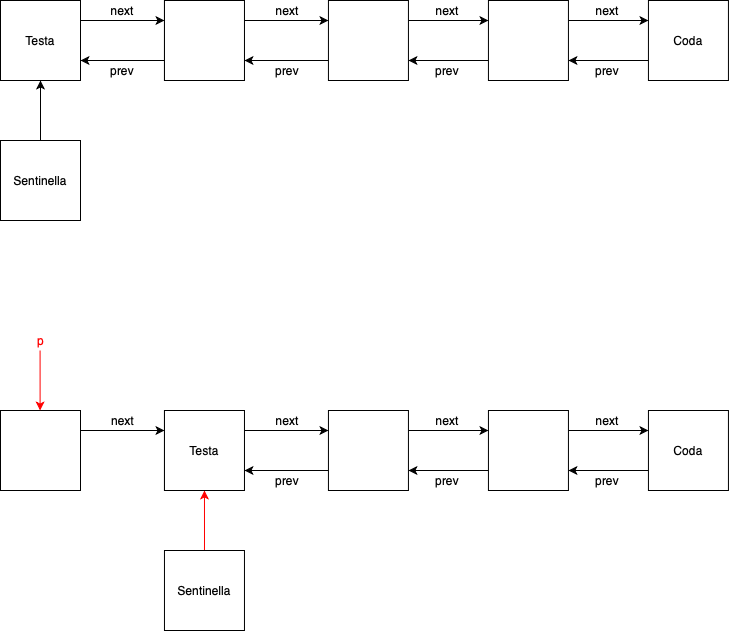
Before: phase1/images/SO-LIFO_Remove.png, a diagram exported from draw.io (Law7iet/PandOS). Source tidied: cells renumbered, new cells last; positions are measured from the earlier drawing's top-left corner, leaving out a move shared by most shapes.
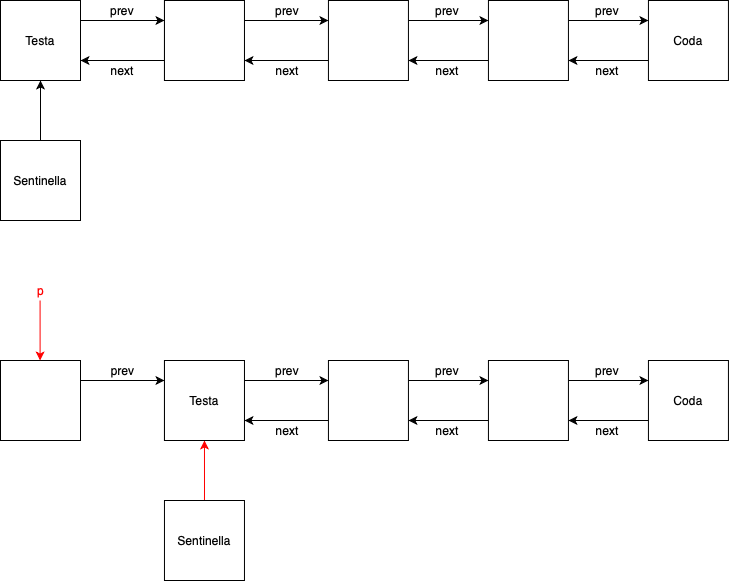
After the change.

The edit, as a diff of the source:
```diff
@@ -8,13 +8,13 @@
     <mxCell id="3" style="edgeStyle=orthogonalEdgeStyle;rounded=0;jettySize=auto;html=1;exitX=0.5;exitY=1;exitDx=0;exitDy=0;endArrow=none;endFill=0;startArrow=classic;startFill=1;entryX=0.5;entryY=0;entryDx=0;entryDy=0;" parent="1" edge="1" source="15" target="13">
       <mxGeometry relative="1" as="geometry">
         <Array as="points">
-          <mxPoint x="40" y="130" />
-          <mxPoint x="40" y="130" />
+          <mxPoint x="37" y="30" />
+          <mxPoint x="37" y="30" />
         </Array>
       </mxGeometry>
     </mxCell>
     <mxCell id="4" value="Coda" style="rounded=0;whiteSpace=wrap;html=1;" parent="1" vertex="1">
-      <mxGeometry x="164" width="80" height="80" as="geometry" />
+      <mxGeometry x="161" y="-100" width="80" height="80" as="geometry" />
     </mxCell>
     <mxCell id="5" style="edgeStyle=orthogonalEdgeStyle;rounded=0;jettySize=auto;html=1;exitX=0;exitY=0.75;exitDx=0;exitDy=0;entryX=1;entryY=0.75;entryDx=0;entryDy=0;" parent="1" edge="1" source="7" target="4">
       <mxGeometry relative="1" as="geometry" />
@@ -23,7 +23,7 @@
       <mxGeometry relative="1" as="geometry" />
     </mxCell>
     <mxCell id="7" style="rounded=0;whiteSpace=wrap;html=1;" parent="1" vertex="1">
-      <mxGeometry x="327.9" width="80" height="80" as="geometry" />
+      <mxGeometry x="324.9" y="-100" width="80" height="80" as="geometry" />
     </mxCell>
     <mxCell id="8" style="edgeStyle=orthogonalEdgeStyle;rounded=0;jettySize=auto;html=1;exitX=0;exitY=0.75;exitDx=0;exitDy=0;entryX=1;entryY=0.75;entryDx=0;entryDy=0;" parent="1" edge="1" source="10" target="7">
       <mxGeometry relative="1" as="geometry" />
@@ -32,67 +32,67 @@
       <mxGeometry relative="1" as="geometry" />
     </mxCell>
     <mxCell id="10" style="rounded=0;whiteSpace=wrap;html=1;" parent="1" vertex="1">
-      <mxGeometry x="487.9" width="80" height="80" as="geometry" />
+      <mxGeometry x="484.9" y="-100" width="80" height="80" as="geometry" />
     </mxCell>
     <mxCell id="11" style="edgeStyle=orthogonalEdgeStyle;rounded=0;jettySize=auto;html=1;exitX=0;exitY=0.75;exitDx=0;exitDy=0;entryX=1;entryY=0.75;entryDx=0;entryDy=0;" parent="1" edge="1" source="12" target="10">
       <mxGeometry relative="1" as="geometry" />
     </mxCell>
     <mxCell id="12" value="Coda" style="rounded=0;whiteSpace=wrap;html=1;" parent="1" vertex="1">
-      <mxGeometry x="647.9" width="80" height="80" as="geometry" />
+      <mxGeometry x="644.9" y="-100" width="80" height="80" as="geometry" />
     </mxCell>
     <mxCell id="13" value="Sentinella" style="rounded=0;whiteSpace=wrap;html=1;" parent="1" vertex="1">
-      <mxGeometry y="140" width="80" height="80" as="geometry" />
+      <mxGeometry x="-3" y="40" width="80" height="80" as="geometry" />
     </mxCell>
     <mxCell id="14" style="edgeStyle=orthogonalEdgeStyle;rounded=0;jettySize=auto;html=1;exitX=1;exitY=0.25;exitDx=0;exitDy=0;entryX=0;entryY=0.25;entryDx=0;entryDy=0;" parent="1" edge="1" source="15" target="16">
       <mxGeometry relative="1" as="geometry" />
     </mxCell>
     <mxCell id="15" value="Testa" style="rounded=0;whiteSpace=wrap;html=1;" parent="1" vertex="1">
-      <mxGeometry width="80" height="80" as="geometry" />
+      <mxGeometry x="-3" y="-100" width="80" height="80" as="geometry" />
     </mxCell>
     <mxCell id="16" style="rounded=0;whiteSpace=wrap;html=1;" parent="1" vertex="1">
-      <mxGeometry x="164" width="80" height="80" as="geometry" />
+      <mxGeometry x="161" y="-100" width="80" height="80" as="geometry" />
     </mxCell>
     <mxCell id="17" style="edgeStyle=orthogonalEdgeStyle;rounded=0;jettySize=auto;html=1;exitX=0;exitY=0.75;exitDx=0;exitDy=0;entryX=1;entryY=0.75;entryDx=0;entryDy=0;" parent="1" edge="1" source="16" target="15">
       <mxGeometry relative="1" as="geometry" />
     </mxCell>
-    <mxCell id="18" value="next" style="text;html=1;strokeColor=none;fillColor=none;align=center;verticalAlign=middle;whiteSpace=wrap;rounded=0;" parent="1" vertex="1">
-      <mxGeometry x="102" width="40" height="20" as="geometry" />
+    <mxCell id="18" value="prev" style="text;html=1;strokeColor=none;fillColor=none;align=center;verticalAlign=middle;whiteSpace=wrap;rounded=0;" parent="1" vertex="1">
+      <mxGeometry x="99" y="-100" width="40" height="20" as="geometry" />
     </mxCell>
-    <mxCell id="19" value="next" style="text;html=1;strokeColor=none;fillColor=none;align=center;verticalAlign=middle;whiteSpace=wrap;rounded=0;" parent="1" vertex="1">
-      <mxGeometry x="267" width="40" height="20" as="geometry" />
+    <mxCell id="19" value="prev" style="text;html=1;strokeColor=none;fillColor=none;align=center;verticalAlign=middle;whiteSpace=wrap;rounded=0;" parent="1" vertex="1">
+      <mxGeometry x="264" y="-100" width="40" height="20" as="geometry" />
     </mxCell>
-    <mxCell id="20" value="next" style="text;html=1;strokeColor=none;fillColor=none;align=center;verticalAlign=middle;whiteSpace=wrap;rounded=0;" parent="1" vertex="1">
-      <mxGeometry x="427" width="40" height="20" as="geometry" />
+    <mxCell id="20" value="prev" style="text;html=1;strokeColor=none;fillColor=none;align=center;verticalAlign=middle;whiteSpace=wrap;rounded=0;" parent="1" vertex="1">
+      <mxGeometry x="424" y="-100" width="40" height="20" as="geometry" />
     </mxCell>
-    <mxCell id="21" value="next" style="text;html=1;strokeColor=none;fillColor=none;align=center;verticalAlign=middle;whiteSpace=wrap;rounded=0;" parent="1" vertex="1">
-      <mxGeometry x="587" width="40" height="20" as="geometry" />
+    <mxCell id="21" value="prev" style="text;html=1;strokeColor=none;fillColor=none;align=center;verticalAlign=middle;whiteSpace=wrap;rounded=0;" parent="1" vertex="1">
+      <mxGeometry x="584" y="-100" width="40" height="20" as="geometry" />
     </mxCell>
-    <mxCell id="22" value="prev" style="text;html=1;strokeColor=none;fillColor=none;align=center;verticalAlign=middle;whiteSpace=wrap;rounded=0;" parent="1" vertex="1">
-      <mxGeometry x="587" y="60" width="40" height="20" as="geometry" />
+    <mxCell id="22" value="next" style="text;html=1;strokeColor=none;fillColor=none;align=center;verticalAlign=middle;whiteSpace=wrap;rounded=0;" parent="1" vertex="1">
+      <mxGeometry x="584" y="-40" width="40" height="20" as="geometry" />
     </mxCell>
-    <mxCell id="23" value="prev" style="text;html=1;strokeColor=none;fillColor=none;align=center;verticalAlign=middle;whiteSpace=wrap;rounded=0;" parent="1" vertex="1">
-      <mxGeometry x="427" y="60" width="40" height="20" as="geometry" />
+    <mxCell id="23" value="next" style="text;html=1;strokeColor=none;fillColor=none;align=center;verticalAlign=middle;whiteSpace=wrap;rounded=0;" parent="1" vertex="1">
+      <mxGeometry x="424" y="-40" width="40" height="20" as="geometry" />
     </mxCell>
-    <mxCell id="24" value="prev" style="text;html=1;strokeColor=none;fillColor=none;align=center;verticalAlign=middle;whiteSpace=wrap;rounded=0;" parent="1" vertex="1">
-      <mxGeometry x="102" y="60" width="40" height="20" as="geometry" />
+    <mxCell id="24" value="next" style="text;html=1;strokeColor=none;fillColor=none;align=center;verticalAlign=middle;whiteSpace=wrap;rounded=0;" parent="1" vertex="1">
+      <mxGeometry x="99" y="-40" width="40" height="20" as="geometry" />
     </mxCell>
-    <mxCell id="25" value="prev" style="text;html=1;strokeColor=none;fillColor=none;align=center;verticalAlign=middle;whiteSpace=wrap;rounded=0;" parent="1" vertex="1">
-      <mxGeometry x="267" y="60" width="40" height="20" as="geometry" />
+    <mxCell id="25" value="next" style="text;html=1;strokeColor=none;fillColor=none;align=center;verticalAlign=middle;whiteSpace=wrap;rounded=0;" parent="1" vertex="1">
+      <mxGeometry x="264" y="-40" width="40" height="20" as="geometry" />
     </mxCell>
     <mxCell id="26" style="edgeStyle=orthogonalEdgeStyle;rounded=0;jettySize=auto;html=1;exitX=1;exitY=0.25;exitDx=0;exitDy=0;entryX=0;entryY=0.25;entryDx=0;entryDy=0;" parent="1" edge="1" source="28" target="31">
       <mxGeometry relative="1" as="geometry" />
     </mxCell>
     <mxCell id="27" style="edgeStyle=orthogonalEdgeStyle;rounded=0;jettySize=auto;html=1;exitX=0.5;exitY=1;exitDx=0;exitDy=0;endArrow=none;endFill=0;startArrow=classic;startFill=1;entryX=0.5;entryY=0;entryDx=0;entryDy=0;strokeColor=#FF0000;" parent="1" edge="1" target="37">
       <mxGeometry relative="1" as="geometry">
-        <mxPoint x="204" y="490" as="sourcePoint" />
+        <mxPoint x="201" y="340" as="sourcePoint" />
         <Array as="points">
-          <mxPoint x="204" y="540" />
-          <mxPoint x="204" y="540" />
+          <mxPoint x="201" y="390" />
+          <mxPoint x="201" y="390" />
         </Array>
       </mxGeometry>
     </mxCell>
     <mxCell id="28" value="Coda" style="rounded=0;whiteSpace=wrap;html=1;" parent="1" vertex="1">
-      <mxGeometry x="164" y="410" width="80" height="80" as="geometry" />
+      <mxGeometry x="161" y="260" width="80" height="80" as="geometry" />
     </mxCell>
     <mxCell id="29" style="edgeStyle=orthogonalEdgeStyle;rounded=0;jettySize=auto;html=1;exitX=0;exitY=0.75;exitDx=0;exitDy=0;entryX=1;entryY=0.75;entryDx=0;entryDy=0;" parent="1" edge="1" source="31" target="28">
       <mxGeometry relative="1" as="geometry" />
@@ -101,7 +101,7 @@
       <mxGeometry relative="1" as="geometry" />
     </mxCell>
     <mxCell id="31" style="rounded=0;whiteSpace=wrap;html=1;" parent="1" vertex="1">
-      <mxGeometry x="327.9" y="410" width="80" height="80" as="geometry" />
+      <mxGeometry x="324.9" y="260" width="80" height="80" as="geometry" />
     </mxCell>
     <mxCell id="32" style="edgeStyle=orthogonalEdgeStyle;rounded=0;jettySize=auto;html=1;exitX=0;exitY=0.75;exitDx=0;exitDy=0;entryX=1;entryY=0.75;entryDx=0;entryDy=0;" parent="1" edge="1" source="34" target="31">
       <mxGeometry relative="1" as="geometry" />
@@ -110,59 +110,59 @@
       <mxGeometry relative="1" as="geometry" />
     </mxCell>
     <mxCell id="34" style="rounded=0;whiteSpace=wrap;html=1;" parent="1" vertex="1">
-      <mxGeometry x="487.9" y="410" width="80" height="80" as="geometry" />
+      <mxGeometry x="484.9" y="260" width="80" height="80" as="geometry" />
     </mxCell>
     <mxCell id="35" style="edgeStyle=orthogonalEdgeStyle;rounded=0;jettySize=auto;html=1;exitX=0;exitY=0.75;exitDx=0;exitDy=0;entryX=1;entryY=0.75;entryDx=0;entryDy=0;" parent="1" edge="1" source="36" target="34">
       <mxGeometry relative="1" as="geometry" />
     </mxCell>
     <mxCell id="36" value="Coda" style="rounded=0;whiteSpace=wrap;html=1;" parent="1" vertex="1">
-      <mxGeometry x="647.9" y="410" width="80" height="80" as="geometry" />
+      <mxGeometry x="644.9" y="260" width="80" height="80" as="geometry" />
     </mxCell>
     <mxCell id="37" value="Sentinella" style="rounded=0;whiteSpace=wrap;html=1;" parent="1" vertex="1">
-      <mxGeometry x="164" y="550" width="80" height="80" as="geometry" />
+      <mxGeometry x="161" y="400" width="80" height="80" as="geometry" />
     </mxCell>
     <mxCell id="38" style="edgeStyle=orthogonalEdgeStyle;rounded=0;jettySize=auto;html=1;exitX=1;exitY=0.25;exitDx=0;exitDy=0;entryX=0;entryY=0.25;entryDx=0;entryDy=0;startArrow=none;startFill=0;endArrow=classic;endFill=1;fontColor=#FF0000;" parent="1" edge="1" source="39" target="40">
       <mxGeometry relative="1" as="geometry" />
     </mxCell>
     <mxCell id="39" style="rounded=0;whiteSpace=wrap;html=1;" parent="1" vertex="1">
-      <mxGeometry y="410" width="80" height="80" as="geometry" />
+      <mxGeometry x="-3" y="260" width="80" height="80" as="geometry" />
     </mxCell>
     <mxCell id="40" value="Testa" style="rounded=0;whiteSpace=wrap;html=1;" parent="1" vertex="1">
-      <mxGeometry x="164" y="410" width="80" height="80" as="geometry" />
+      <mxGeometry x="161" y="260" width="80" height="80" as="geometry" />
     </mxCell>
-    <mxCell id="41" value="next" style="text;html=1;strokeColor=none;fillColor=none;align=center;verticalAlign=middle;whiteSpace=wrap;rounded=0;" parent="1" vertex="1">
-      <mxGeometry x="267" y="410" width="40" height="20" as="geometry" />
+    <mxCell id="41" value="prev" style="text;html=1;strokeColor=none;fillColor=none;align=center;verticalAlign=middle;whiteSpace=wrap;rounded=0;" parent="1" vertex="1">
+      <mxGeometry x="264" y="260" width="40" height="20" as="geometry" />
     </mxCell>
-    <mxCell id="42" value="next" style="text;html=1;strokeColor=none;fillColor=none;align=center;verticalAlign=middle;whiteSpace=wrap;rounded=0;" parent="1" vertex="1">
-      <mxGeometry x="427" y="410" width="40" height="20" as="geometry" />
+    <mxCell id="42" value="prev" style="text;html=1;strokeColor=none;fillColor=none;align=center;verticalAlign=middle;whiteSpace=wrap;rounded=0;" parent="1" vertex="1">
+      <mxGeometry x="424" y="260" width="40" height="20" as="geometry" />
     </mxCell>
-    <mxCell id="43" value="next" style="text;html=1;strokeColor=none;fillColor=none;align=center;verticalAlign=middle;whiteSpace=wrap;rounded=0;" parent="1" vertex="1">
-      <mxGeometry x="587" y="410" width="40" height="20" as="geometry" />
+    <mxCell id="43" value="prev" style="text;html=1;strokeColor=none;fillColor=none;align=center;verticalAlign=middle;whiteSpace=wrap;rounded=0;" parent="1" vertex="1">
+      <mxGeometry x="584" y="260" width="40" height="20" as="geometry" />
     </mxCell>
-    <mxCell id="44" value="prev" style="text;html=1;strokeColor=none;fillColor=none;align=center;verticalAlign=middle;whiteSpace=wrap;rounded=0;" parent="1" vertex="1">
-      <mxGeometry x="587" y="470" width="40" height="20" as="geometry" />
+    <mxCell id="44" value="next" style="text;html=1;strokeColor=none;fillColor=none;align=center;verticalAlign=middle;whiteSpace=wrap;rounded=0;" parent="1" vertex="1">
+      <mxGeometry x="584" y="320" width="40" height="20" as="geometry" />
     </mxCell>
-    <mxCell id="45" value="prev" style="text;html=1;strokeColor=none;fillColor=none;align=center;verticalAlign=middle;whiteSpace=wrap;rounded=0;" parent="1" vertex="1">
-      <mxGeometry x="427" y="470" width="40" height="20" as="geometry" />
+    <mxCell id="45" value="next" style="text;html=1;strokeColor=none;fillColor=none;align=center;verticalAlign=middle;whiteSpace=wrap;rounded=0;" parent="1" vertex="1">
+      <mxGeometry x="424" y="320" width="40" height="20" as="geometry" />
     </mxCell>
-    <mxCell id="46" value="prev" style="text;html=1;strokeColor=none;fillColor=none;align=center;verticalAlign=middle;whiteSpace=wrap;rounded=0;" parent="1" vertex="1">
-      <mxGeometry x="267" y="470" width="40" height="20" as="geometry" />
+    <mxCell id="46" value="next" style="text;html=1;strokeColor=none;fillColor=none;align=center;verticalAlign=middle;whiteSpace=wrap;rounded=0;" parent="1" vertex="1">
+      <mxGeometry x="264" y="320" width="40" height="20" as="geometry" />
     </mxCell>
     <mxCell id="47" style="edgeStyle=orthogonalEdgeStyle;rounded=0;orthogonalLoop=1;jettySize=auto;html=1;exitX=0.5;exitY=1;exitDx=0;exitDy=0;endArrow=classic;endFill=1;startArrow=none;startFill=0;entryX=0.5;entryY=0;entryDx=0;entryDy=0;strokeColor=#FF0000;" parent="1" edge="1">
       <mxGeometry relative="1" as="geometry">
-        <mxPoint x="39.6" y="350" as="sourcePoint" />
-        <mxPoint x="39.6" y="410" as="targetPoint" />
+        <mxPoint x="36.6" y="200" as="sourcePoint" />
+        <mxPoint x="36.6" y="260" as="targetPoint" />
         <Array as="points">
-          <mxPoint x="39.6" y="400" />
-          <mxPoint x="39.6" y="400" />
+          <mxPoint x="36.6" y="250" />
+          <mxPoint x="36.6" y="250" />
         </Array>
       </mxGeometry>
     </mxCell>
     <mxCell id="48" value="p" style="text;html=1;align=center;verticalAlign=middle;fontColor=#FF0000;" parent="1" vertex="1">
-      <mxGeometry x="30" y="330" width="20" height="20" as="geometry" />
+      <mxGeometry x="27" y="180" width="20" height="20" as="geometry" />
     </mxCell>
-    <mxCell id="49" value="next" style="text;html=1;align=center;verticalAlign=middle;" parent="1" vertex="1">
-      <mxGeometry x="102" y="410" width="40" height="20" as="geometry" />
+    <mxCell id="49" value="prev" style="text;html=1;align=center;verticalAlign=middle;" parent="1" vertex="1">
+      <mxGeometry x="99" y="260" width="40" height="20" as="geometry" />
     </mxCell>
   </root>
 </mxGraphModel>
```
